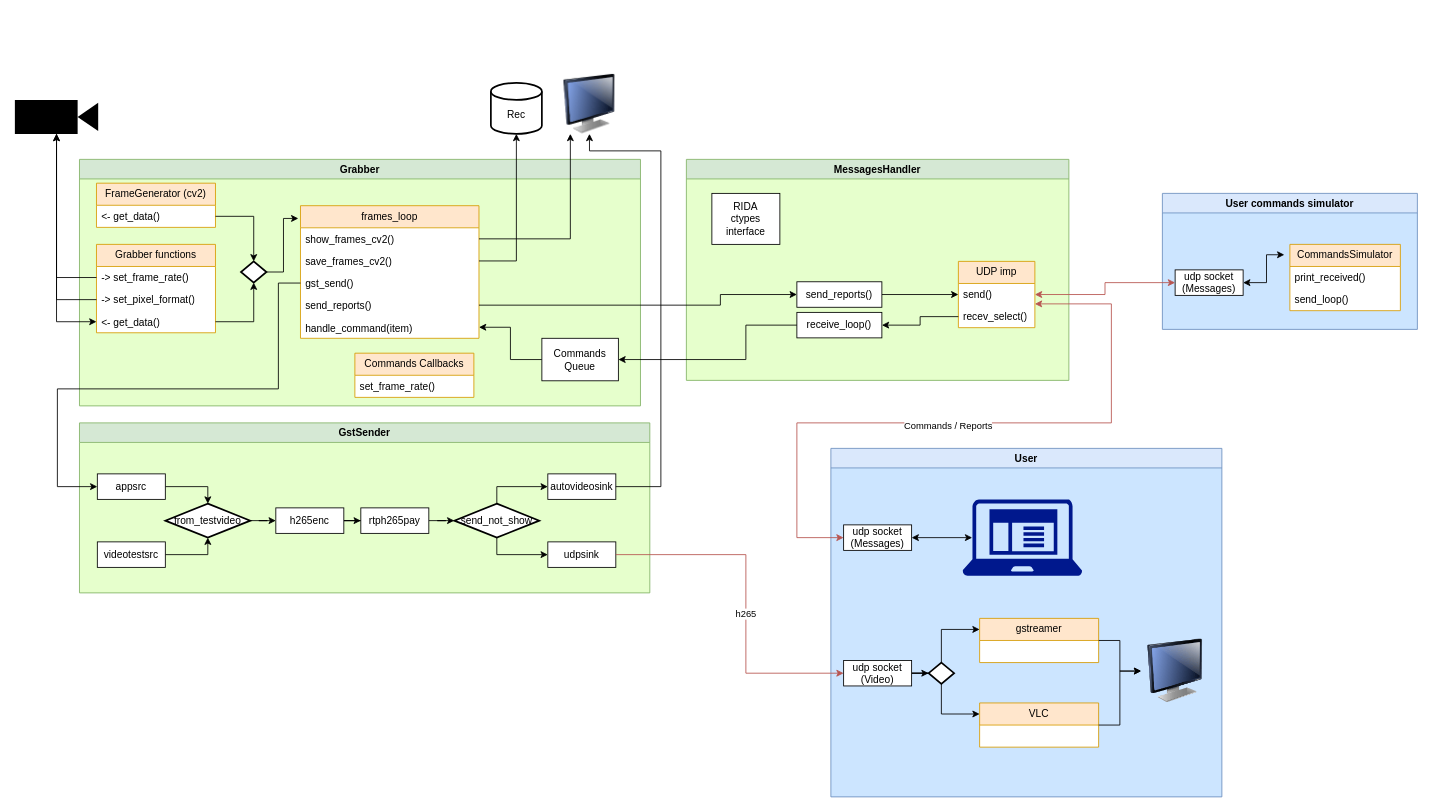
serbuh/gige_capture keeps this draw.io diagram as doc/diagram.drawio. Above is the earlier version. Source tidied: cells renumbered, new cells numbered last; positions are measured from the earlier drawing's top-left corner, leaving out a move shared by most shapes. Both pictures are drawn from the tidied source at 85%, with x=0, y=0 at pixel (14, 74).
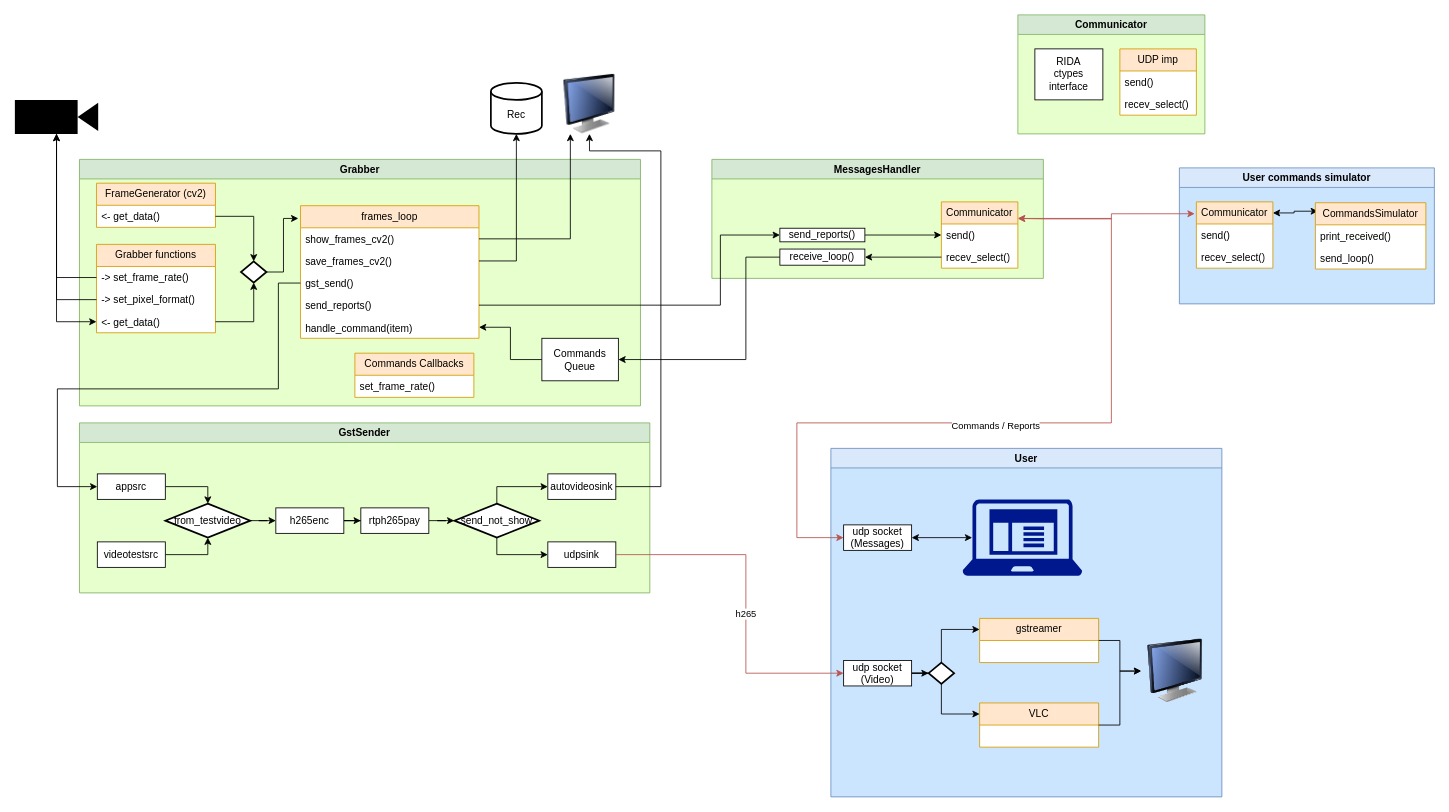
The same diagram, later.

Unchanged cells that the change refers to:
```xml
<mxCell id="17" value="send_reports()" style="text;strokeColor=none;fillColor=none;align=left;verticalAlign=top;spacingLeft=4;spacingRight=4;overflow=hidden;points=[[0,0.5],[1,0.5]];portConstraint=eastwest;whiteSpace=wrap;html=1;" parent="13" vertex="1">
  <mxGeometry y="104" width="210" height="26" as="geometry" />
</mxCell>
<mxCell id="22" value="Commands&lt;br&gt;Queue" style="rounded=0;whiteSpace=wrap;html=1;" parent="2" vertex="1">
  <mxGeometry x="544" y="210.5" width="90" height="50" as="geometry" />
</mxCell>
<mxCell id="26" value="send()" style="text;strokeColor=none;fillColor=none;align=left;verticalAlign=top;spacingLeft=4;spacingRight=4;overflow=hidden;points=[[0,0.5],[1,0.5]];portConstraint=eastwest;whiteSpace=wrap;html=1;" parent="25" vertex="1">
  <mxGeometry y="26" width="90" height="26" as="geometry" />
</mxCell>
<mxCell id="44" value="udp socket&lt;br&gt;(Messages)" style="rounded=0;whiteSpace=wrap;html=1;" parent="34" vertex="1">
  <mxGeometry x="15" y="90" width="80" height="30" as="geometry" />
</mxCell>
```

Change to the diagram source:
```diff
@@
     <mxCell id="23" value="MessagesHandler" style="swimlane;whiteSpace=wrap;html=1;comic=0;noLabel=0;swimlaneFillColor=#E6FFCC;fillColor=#d5e8d4;strokeColor=#82b366;" parent="1" vertex="1">
-      <mxGeometry x="790" y="100" width="450" height="260" as="geometry" />
+      <mxGeometry x="820" y="100" width="390" height="140" as="geometry" />
     </mxCell>
-    <mxCell id="24" value="RIDA&lt;br&gt;ctypes&lt;br&gt;interface" style="rounded=0;whiteSpace=wrap;html=1;" parent="23" vertex="1">
-      <mxGeometry x="30" y="40" width="80" height="60" as="geometry" />
-    </mxCell>
-    <mxCell id="25" value="UDP imp" style="swimlane;fontStyle=0;horizontal=1;startSize=26;fillColor=#ffe6cc;whiteSpace=wrap;html=1;strokeColor=#d79b00;swimlaneFillColor=default;" parent="23" vertex="1">
-      <mxGeometry x="320" y="120" width="90" height="78" as="geometry" />
+    <mxCell id="25" value="Communicator" style="swimlane;fontStyle=0;horizontal=1;startSize=26;fillColor=#ffe6cc;whiteSpace=wrap;html=1;strokeColor=#d79b00;swimlaneFillColor=default;" parent="23" vertex="1">
+      <mxGeometry x="270" y="50" width="90" height="78" as="geometry" />
     </mxCell>
@@
     <mxCell id="30" value="send_reports()" style="rounded=0;whiteSpace=wrap;html=1;" parent="23" vertex="1">
-      <mxGeometry x="130" y="144" width="100" height="30" as="geometry" />
+      <mxGeometry x="80" y="81" width="100" height="16" as="geometry" />
     </mxCell>
     <mxCell id="31" value="receive_loop()" style="rounded=0;whiteSpace=wrap;html=1;" parent="23" vertex="1">
-      <mxGeometry x="130" y="180" width="100" height="30" as="geometry" />
+      <mxGeometry x="80" y="105.5" width="100" height="19" as="geometry" />
     </mxCell>
@@
-    <mxCell id="73" style="edgeStyle=orthogonalEdgeStyle;rounded=0;jettySize=auto;html=1;entryX=0;entryY=0.5;entryDx=0;entryDy=0;startArrow=classic;startFill=1;fillColor=#f8cecc;strokeColor=#b85450;" parent="1" edge="1" source="26" target="44">
+    <mxCell id="73" style="edgeStyle=orthogonalEdgeStyle;rounded=0;jettySize=auto;html=1;entryX=0;entryY=0.5;entryDx=0;entryDy=0;startArrow=classic;startFill=1;fillColor=#f8cecc;strokeColor=#b85450;exitX=1;exitY=0.25;exitDx=0;exitDy=0;" parent="1" edge="1" source="25" target="44">
       <mxGeometry relative="1" as="geometry">
         <Array as="points">
-          <mxPoint x="1290" y="270" />
+          <mxPoint x="1290" y="170" />
           <mxPoint x="1290" y="410" />
           <mxPoint x="920" y="410" />
           <mxPoint x="920" y="545" />
         </Array>
       </mxGeometry>
     </mxCell>
@@
     <mxCell id="75" style="edgeStyle=orthogonalEdgeStyle;rounded=0;jettySize=auto;html=1;exitX=0;exitY=0.5;exitDx=0;exitDy=0;entryX=1;entryY=0.5;entryDx=0;entryDy=0;" parent="1" edge="1" source="31" target="22">
       <mxGeometry relative="1" as="geometry">
         <Array as="points">
-          <mxPoint x="860" y="295" />
+          <mxPoint x="860" y="215" />
           <mxPoint x="860" y="336" />
         </Array>
       </mxGeometry>
     </mxCell>
     <mxCell id="76" style="edgeStyle=orthogonalEdgeStyle;rounded=0;jettySize=auto;html=1;entryX=0;entryY=0.5;entryDx=0;entryDy=0;exitX=1;exitY=0.5;exitDx=0;exitDy=0;" parent="1" edge="1" source="17" target="30">
       <mxGeometry relative="1" as="geometry">
         <Array as="points">
           <mxPoint x="830" y="272" />
-          <mxPoint x="830" y="259" />
+          <mxPoint x="830" y="189" />
         </Array>
       </mxGeometry>
     </mxCell>
@@
     <mxCell id="78" value="User commands simulator" style="swimlane;whiteSpace=wrap;html=1;comic=0;noLabel=0;swimlaneFillColor=#CCE5FF;fillColor=#dae8fc;strokeColor=#6c8ebf;" parent="1" vertex="1">
-      <mxGeometry x="1350" y="140" width="300" height="160" as="geometry" />
+      <mxGeometry x="1370" y="110" width="300" height="160" as="geometry" />
     </mxCell>
-    <mxCell id="79" style="edgeStyle=orthogonalEdgeStyle;rounded=0;jettySize=auto;html=1;entryX=-0.05;entryY=0.157;entryDx=0;entryDy=0;startArrow=classic;startFill=1;entryPerimeter=0;" parent="78" edge="1" source="80" target="81">
+    <mxCell id="79" style="edgeStyle=orthogonalEdgeStyle;rounded=0;jettySize=auto;html=1;entryX=0.023;entryY=0.128;entryDx=0;entryDy=0;startArrow=classic;startFill=1;entryPerimeter=0;exitX=1;exitY=0.167;exitDx=0;exitDy=0;exitPerimeter=0;" parent="78" edge="1" source="85" target="81">
       <mxGeometry relative="1" as="geometry" />
     </mxCell>
-    <mxCell id="80" value="udp socket&lt;br&gt;(Messages)" style="rounded=0;whiteSpace=wrap;html=1;" parent="78" vertex="1">
-      <mxGeometry x="15" y="90" width="80" height="30" as="geometry" />
-    </mxCell>
     <mxCell id="81" value="CommandsSimulator" style="swimlane;fontStyle=0;horizontal=1;startSize=26;fillColor=#ffe6cc;whiteSpace=wrap;html=1;strokeColor=#d79b00;swimlaneFillColor=default;" parent="78" vertex="1">
-      <mxGeometry x="150" y="60" width="130" height="78" as="geometry" />
+      <mxGeometry x="160" y="41" width="130" height="78" as="geometry" />
     </mxCell>
@@
+    <mxCell id="85" value="Communicator" style="swimlane;fontStyle=0;horizontal=1;startSize=26;fillColor=#ffe6cc;whiteSpace=wrap;html=1;strokeColor=#d79b00;swimlaneFillColor=default;" parent="78" vertex="1">
+      <mxGeometry x="20" y="40" width="90" height="78" as="geometry" />
+    </mxCell>
+    <mxCell id="86" value="send()" style="text;strokeColor=none;fillColor=none;align=left;verticalAlign=top;spacingLeft=4;spacingRight=4;overflow=hidden;whiteSpace=wrap;html=1;" parent="85" vertex="1">
+      <mxGeometry y="26" width="90" height="26" as="geometry" />
+    </mxCell>
+    <mxCell id="87" value="recev_select()" style="text;strokeColor=none;fillColor=none;align=left;verticalAlign=top;spacingLeft=4;spacingRight=4;overflow=hidden;whiteSpace=wrap;html=1;" parent="85" vertex="1">
+      <mxGeometry y="52" width="90" height="26" as="geometry" />
+    </mxCell>
-    <mxCell id="84" style="edgeStyle=orthogonalEdgeStyle;rounded=0;jettySize=auto;html=1;entryX=1;entryY=0.5;entryDx=0;entryDy=0;startArrow=classic;startFill=1;fillColor=#f8cecc;strokeColor=#b85450;" parent="1" edge="1" source="80" target="26">
-      <mxGeometry relative="1" as="geometry" />
+    <mxCell id="84" style="edgeStyle=orthogonalEdgeStyle;rounded=0;jettySize=auto;html=1;entryX=1;entryY=0.25;entryDx=0;entryDy=0;startArrow=classic;startFill=1;fillColor=#f8cecc;strokeColor=#b85450;exitX=-0.022;exitY=0.179;exitDx=0;exitDy=0;exitPerimeter=0;" parent="1" edge="1" source="85" target="25">
+      <mxGeometry relative="1" as="geometry">
+        <Array as="points">
+          <mxPoint x="1290" y="164" />
+          <mxPoint x="1290" y="170" />
+          <mxPoint x="1210" y="170" />
+        </Array>
+      </mxGeometry>
     </mxCell>
+    <mxCell id="88" value="Communicator" style="swimlane;whiteSpace=wrap;html=1;comic=0;noLabel=0;swimlaneFillColor=#E6FFCC;fillColor=#d5e8d4;strokeColor=#82b366;" parent="1" vertex="1">
+      <mxGeometry x="1180" y="-70" width="220" height="140" as="geometry" />
+    </mxCell>
+    <mxCell id="24" value="RIDA&lt;br&gt;ctypes&lt;br&gt;interface" style="rounded=0;whiteSpace=wrap;html=1;" parent="88" vertex="1">
+      <mxGeometry x="20" y="40" width="80" height="60" as="geometry" />
+    </mxCell>
+    <mxCell id="89" value="UDP imp" style="swimlane;fontStyle=0;horizontal=1;startSize=26;fillColor=#ffe6cc;whiteSpace=wrap;html=1;strokeColor=#d79b00;swimlaneFillColor=default;" parent="88" vertex="1">
+      <mxGeometry x="120" y="40" width="90" height="78" as="geometry" />
+    </mxCell>
+    <mxCell id="90" value="send()" style="text;strokeColor=none;fillColor=none;align=left;verticalAlign=top;spacingLeft=4;spacingRight=4;overflow=hidden;whiteSpace=wrap;html=1;" parent="89" vertex="1">
+      <mxGeometry y="26" width="90" height="26" as="geometry" />
+    </mxCell>
+    <mxCell id="91" value="recev_select()" style="text;strokeColor=none;fillColor=none;align=left;verticalAlign=top;spacingLeft=4;spacingRight=4;overflow=hidden;whiteSpace=wrap;html=1;" parent="89" vertex="1">
+      <mxGeometry y="52" width="90" height="26" as="geometry" />
+    </mxCell>
```
